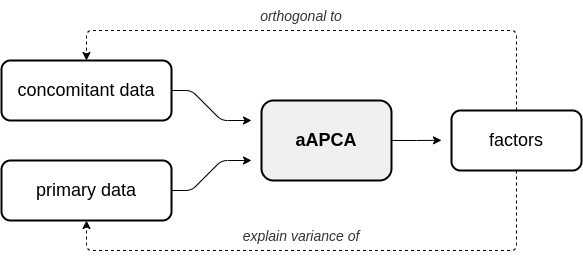
The draw.io diagram docs/images/aapca_diagram.png in wecarsoniv/augmented-pca, before a commit. Source tidied: cells renumbered, new cells last; positions are measured from the earlier drawing's top-left corner, leaving out a move shared by most shapes.
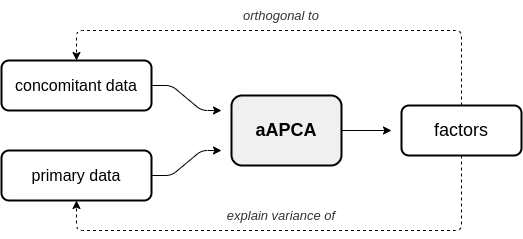
After the change.

Commit message:
Added APCA diagrams to Overview section of README.md.

Change to the diagram source:
```diff
@@ -2,62 +2,65 @@
   <root>
     <mxCell id="0" />
     <mxCell id="1" parent="0" />
-    <mxCell id="2" value="&lt;font style=&quot;font-size: 18px&quot;&gt;concomitant data&lt;/font&gt;" style="rounded=1;whiteSpace=wrap;html=1;strokeWidth=2;" parent="1" vertex="1">
-      <mxGeometry y="60" width="170" height="60" as="geometry" />
+    <mxCell id="2" value="&lt;font style=&quot;font-size: 16px&quot;&gt;concomitant data&lt;/font&gt;" style="rounded=1;whiteSpace=wrap;html=1;strokeWidth=2;" parent="1" vertex="1">
+      <mxGeometry x="20" y="70" width="150" height="50" as="geometry" />
     </mxCell>
-    <mxCell id="3" value="&lt;font style=&quot;font-size: 18px&quot;&gt;primary data&lt;/font&gt;" style="rounded=1;whiteSpace=wrap;html=1;strokeWidth=2;" parent="1" vertex="1">
-      <mxGeometry y="160" width="170" height="60" as="geometry" />
+    <mxCell id="3" value="&lt;font style=&quot;font-size: 16px&quot;&gt;primary data&lt;/font&gt;" style="rounded=1;whiteSpace=wrap;html=1;strokeWidth=2;" parent="1" vertex="1">
+      <mxGeometry x="20" y="160" width="150" height="50" as="geometry" />
     </mxCell>
     <mxCell id="4" style="endArrow=classic;html=1;exitX=1;exitY=0.5;exitDx=0;exitDy=0;arcSize=12;" parent="1" edge="1" source="2">
       <mxGeometry relative="1" as="geometry">
-        <mxPoint x="250" y="120" as="targetPoint" />
+        <mxPoint x="240" y="120" as="targetPoint" />
         <Array as="points">
-          <mxPoint x="190" y="90" />
+          <mxPoint x="190" y="95" />
           <mxPoint x="220" y="120" />
         </Array>
       </mxGeometry>
     </mxCell>
     <mxCell id="5" style="endArrow=classic;html=1;exitX=1;exitY=0.5;exitDx=0;exitDy=0;jumpSize=6;arcSize=12;" parent="1" edge="1" source="3">
       <mxGeometry relative="1" as="geometry">
-        <mxPoint x="250" y="160" as="targetPoint" />
+        <mxPoint x="240" y="160" as="targetPoint" />
         <Array as="points">
-          <mxPoint x="190" y="190" />
+          <mxPoint x="190" y="185" />
           <mxPoint x="220" y="160" />
         </Array>
       </mxGeometry>
     </mxCell>
     <mxCell id="6" value="&lt;font style=&quot;font-size: 18px&quot;&gt;factors&lt;/font&gt;" style="rounded=1;whiteSpace=wrap;html=1;strokeWidth=2;" parent="1" vertex="1">
-      <mxGeometry x="450" y="110" width="130" height="60" as="geometry" />
+      <mxGeometry x="420" y="115" width="120" height="50" as="geometry" />
     </mxCell>
     <mxCell id="7" style="edgeStyle=orthogonalEdgeStyle;rounded=0;jumpSize=6;jettySize=auto;html=1;exitX=1;exitY=0.5;exitDx=0;exitDy=0;" parent="1" edge="1" source="8">
       <mxGeometry relative="1" as="geometry">
-        <mxPoint x="440" y="139.8" as="targetPoint" />
+        <mxPoint x="410" y="140" as="targetPoint" />
       </mxGeometry>
     </mxCell>
     <mxCell id="8" value="&lt;font style=&quot;font-size: 18px&quot;&gt;&lt;b&gt;aAPCA&lt;/b&gt;&lt;/font&gt;" style="rounded=1;whiteSpace=wrap;html=1;strokeWidth=2;fillColor=#F0F0F0;" parent="1" vertex="1">
-      <mxGeometry x="260" y="100" width="130" height="80" as="geometry" />
+      <mxGeometry x="250" y="105" width="110" height="70" as="geometry" />
     </mxCell>
     <mxCell id="9" style="endArrow=classic;html=1;dashed=1;exitX=0.5;exitY=0;exitDx=0;exitDy=0;entryX=0.5;entryY=0;entryDx=0;entryDy=0;arcSize=12;" parent="1" edge="1" source="6" target="2">
       <mxGeometry relative="1" as="geometry">
         <Array as="points">
-          <mxPoint x="515" y="30" />
-          <mxPoint x="85" y="30" />
+          <mxPoint x="480" y="40" />
+          <mxPoint x="95" y="40" />
         </Array>
       </mxGeometry>
     </mxCell>
-    <mxCell id="10" value="&lt;i&gt;&lt;font style=&quot;font-size: 14px&quot; color=&quot;#333333&quot;&gt;orthogonal to&lt;/font&gt;&lt;/i&gt;" style="text;html=1;strokeColor=none;fillColor=none;align=center;verticalAlign=middle;whiteSpace=wrap;rounded=0;" parent="1" vertex="1">
-      <mxGeometry x="210" width="180" height="30" as="geometry" />
+    <mxCell id="10" value="&lt;i&gt;&lt;font style=&quot;font-size: 13px&quot; color=&quot;#333333&quot;&gt;orthogonal to&lt;/font&gt;&lt;/i&gt;" style="text;html=1;strokeColor=none;fillColor=none;align=center;verticalAlign=middle;whiteSpace=wrap;rounded=0;" parent="1" vertex="1">
+      <mxGeometry x="210" y="10" width="180" height="30" as="geometry" />
     </mxCell>
     <mxCell id="11" style="endArrow=classic;html=1;dashed=1;exitX=0.5;exitY=1;exitDx=0;exitDy=0;entryX=0.5;entryY=1;entryDx=0;entryDy=0;arcSize=12;" parent="1" edge="1" source="6" target="3">
       <mxGeometry relative="1" as="geometry">
         <Array as="points">
-          <mxPoint x="515" y="250" />
-          <mxPoint x="85" y="250" />
+          <mxPoint x="480" y="240" />
+          <mxPoint x="95" y="240" />
         </Array>
       </mxGeometry>
     </mxCell>
-    <mxCell id="12" value="&lt;i&gt;&lt;font style=&quot;font-size: 14px&quot; color=&quot;#333333&quot;&gt;explain variance of&lt;/font&gt;&lt;/i&gt;" style="text;html=1;strokeColor=none;fillColor=none;align=center;verticalAlign=middle;whiteSpace=wrap;rounded=0;" parent="1" vertex="1">
-      <mxGeometry x="210" y="220" width="180" height="30" as="geometry" />
+    <mxCell id="12" value="&lt;i&gt;&lt;font style=&quot;font-size: 13px&quot; color=&quot;#333333&quot;&gt;explain variance of&lt;/font&gt;&lt;/i&gt;" style="text;html=1;strokeColor=none;fillColor=none;align=center;verticalAlign=middle;whiteSpace=wrap;rounded=0;" parent="1" vertex="1">
+      <mxGeometry x="210" y="210" width="180" height="30" as="geometry" />
     </mxCell>
+    <mxCell id="13" style="edgeStyle=orthogonalEdgeStyle;rounded=0;jumpSize=6;orthogonalLoop=1;jettySize=auto;html=1;exitX=0.5;exitY=1;exitDx=0;exitDy=0;dashed=1;" parent="1" edge="1" source="8" target="8">
+      <mxGeometry relative="1" as="geometry" />
+    </mxCell>
   </root>
 </mxGraphModel>
```
